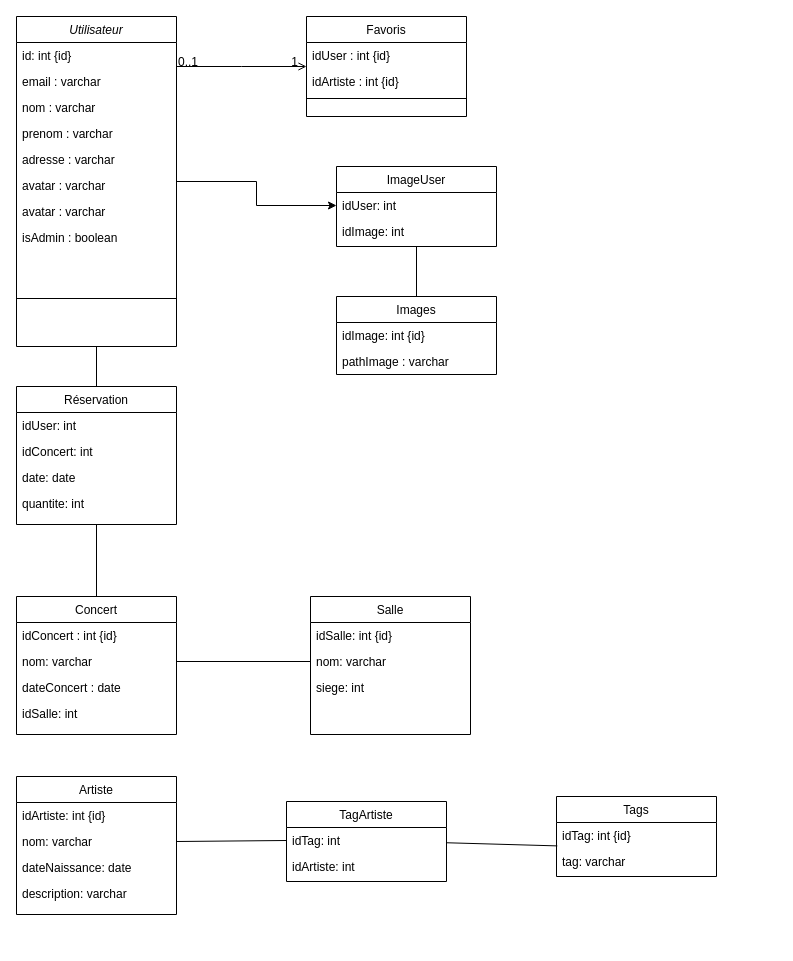
Above: Untitled Diagram.drawio in tristan-gaido/elyze (draw.io), before the change. Source tidied: cells renumbered, new cells numbered last; positions are measured from the earlier drawing's top-left corner, leaving out a move shared by most shapes. Both pictures are drawn from the tidied source at 100%, with x=0, y=0 at pixel (16, 16).
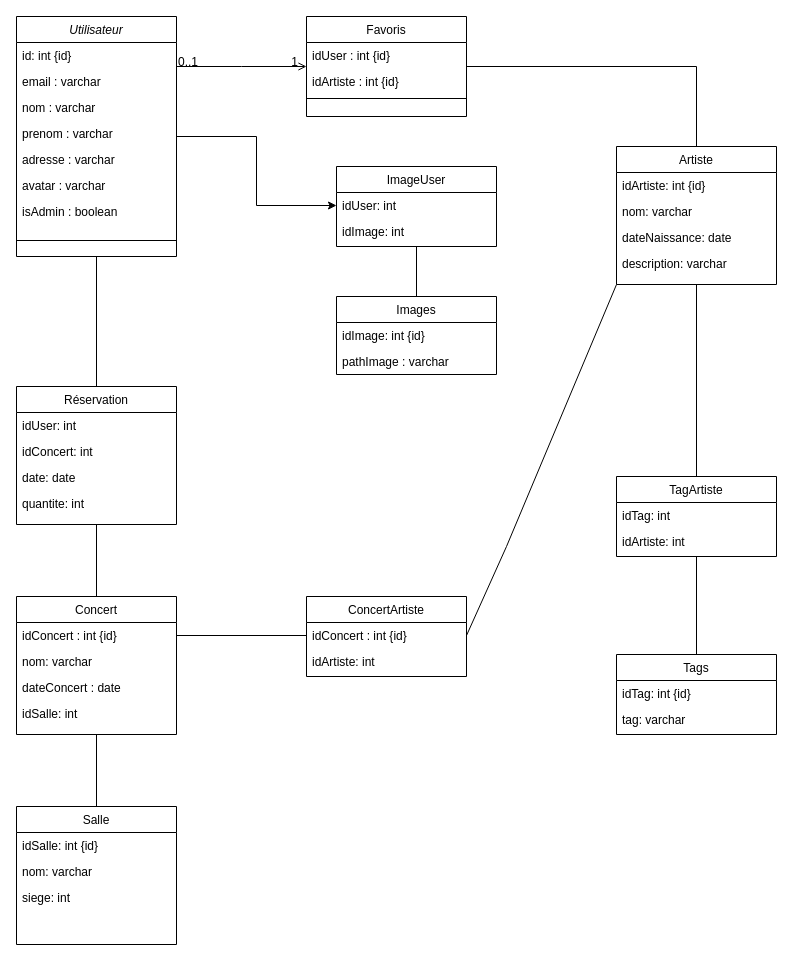
Above is the later version.

Unchanged cells that the change refers to:
```xml
<mxCell id="18" value="Favoris" style="swimlane;fontStyle=0;align=center;verticalAlign=top;horizontal=1;startSize=26;rounded=0;shadow=0;strokeWidth=1;" parent="1" vertex="1">
  <mxGeometry x="290" width="160" height="100" as="geometry" />
</mxCell>
<mxCell id="27" value="nom: varchar" style="text;align=left;verticalAlign=top;spacingLeft=4;spacingRight=4;overflow=hidden;points=[[0,0.5],[1,0.5]];portConstraint=eastwest;rounded=0;shadow=0;html=0;" parent="25" vertex="1">
  <mxGeometry y="52" width="160" height="26" as="geometry" />
</mxCell>
<mxCell id="29" value="Concert" style="swimlane;fontStyle=0;align=center;verticalAlign=top;horizontal=1;startSize=26;rounded=0;shadow=0;strokeWidth=1;" parent="1" vertex="1">
  <mxGeometry y="580" width="160" height="138" as="geometry" />
</mxCell>
<mxCell id="30" value="idConcert : int {id}" style="text;align=left;verticalAlign=top;spacingLeft=4;spacingRight=4;overflow=hidden;points=[[0,0.5],[1,0.5]];portConstraint=eastwest;rounded=0;shadow=0;html=0;" parent="29" vertex="1">
  <mxGeometry y="26" width="160" height="26" as="geometry" />
</mxCell>
<mxCell id="31" value="nom: varchar" style="text;align=left;verticalAlign=top;spacingLeft=4;spacingRight=4;overflow=hidden;points=[[0,0.5],[1,0.5]];portConstraint=eastwest;rounded=0;shadow=0;html=0;" parent="29" vertex="1">
  <mxGeometry y="52" width="160" height="26" as="geometry" />
</mxCell>
<mxCell id="39" value="nom: varchar" style="text;align=left;verticalAlign=top;spacingLeft=4;spacingRight=4;overflow=hidden;points=[[0,0.5],[1,0.5]];portConstraint=eastwest;rounded=0;shadow=0;html=0;" parent="37" vertex="1">
  <mxGeometry y="52" width="160" height="26" as="geometry" />
</mxCell>
<mxCell id="43" value="idTag: int {id}" style="text;align=left;verticalAlign=top;spacingLeft=4;spacingRight=4;overflow=hidden;points=[[0,0.5],[1,0.5]];portConstraint=eastwest;rounded=0;shadow=0;html=0;" parent="42" vertex="1">
  <mxGeometry y="26" width="160" height="26" as="geometry" />
</mxCell>
<mxCell id="46" value="idTag: int " style="text;align=left;verticalAlign=top;spacingLeft=4;spacingRight=4;overflow=hidden;points=[[0,0.5],[1,0.5]];portConstraint=eastwest;rounded=0;shadow=0;html=0;" parent="45" vertex="1">
  <mxGeometry y="26" width="160" height="26" as="geometry" />
</mxCell>
```

The edit, as a diff of the source:
```diff
@@
     <mxCell id="3" value="Utilisateur" style="swimlane;fontStyle=2;align=center;verticalAlign=top;horizontal=1;startSize=26;rounded=0;shadow=0;strokeWidth=1;" parent="1" vertex="1">
-      <mxGeometry width="160" height="330" as="geometry" />
+      <mxGeometry width="160" height="240" as="geometry" />
     </mxCell>
@@
-    <mxCell id="10" value="avatar : varchar" style="text;align=left;verticalAlign=top;spacingLeft=4;spacingRight=4;overflow=hidden;rounded=0;shadow=0;html=0;" parent="3" vertex="1">
-      <mxGeometry y="182" width="160" height="26" as="geometry" />
-    </mxCell>
     <mxCell id="11" value="isAdmin : boolean" style="text;align=left;verticalAlign=top;spacingLeft=4;spacingRight=4;overflow=hidden;rounded=0;shadow=0;html=0;" parent="3" vertex="1">
-      <mxGeometry y="208" width="160" height="26" as="geometry" />
+      <mxGeometry y="182" width="160" height="26" as="geometry" />
     </mxCell>
     <mxCell id="12" style="line;html=1;strokeWidth=1;align=left;verticalAlign=middle;spacingTop=-1;spacingLeft=3;spacingRight=3;labelPosition=right;" parent="3" vertex="1">
-      <mxGeometry y="234" width="160" height="96" as="geometry" />
+      <mxGeometry y="208" width="160" height="32" as="geometry" />
     </mxCell>
@@
     <mxCell id="25" value="Salle" style="swimlane;fontStyle=0;align=center;verticalAlign=top;horizontal=1;startSize=26;rounded=0;shadow=0;strokeWidth=1;" parent="1" vertex="1">
-      <mxGeometry x="294" y="580" width="160" height="138" as="geometry" />
+      <mxGeometry y="790" width="160" height="138" as="geometry" />
     </mxCell>
@@
-    <mxCell id="34" style="endArrow=none;html=1;rounded=0;exitX=1;exitY=0.5;exitDx=0;exitDy=0;entryX=0;entryY=0.5;entryDx=0;entryDy=0;" parent="1" edge="1" source="31" target="27">
+    <mxCell id="34" style="endArrow=none;html=1;rounded=0;exitX=0.5;exitY=1;exitDx=0;exitDy=0;entryX=0.5;entryY=0;entryDx=0;entryDy=0;" parent="1" edge="1" source="29" target="25">
       <mxGeometry relative="1" as="geometry" />
     </mxCell>
@@
     <mxCell id="37" value="Artiste" style="swimlane;fontStyle=0;align=center;verticalAlign=top;horizontal=1;startSize=26;rounded=0;shadow=0;strokeWidth=1;" parent="1" vertex="1">
-      <mxGeometry y="760" width="160" height="138" as="geometry" />
+      <mxGeometry x="600" y="130" width="160" height="138" as="geometry" />
     </mxCell>
@@
     <mxCell id="42" value="Tags" style="swimlane;fontStyle=0;align=center;verticalAlign=top;horizontal=1;startSize=26;rounded=0;shadow=0;strokeWidth=1;" parent="1" vertex="1">
-      <mxGeometry x="540" y="780" width="160" height="80" as="geometry" />
+      <mxGeometry x="600" y="638" width="160" height="80" as="geometry" />
     </mxCell>
@@
     <mxCell id="45" value="TagArtiste" style="swimlane;fontStyle=0;align=center;verticalAlign=top;horizontal=1;startSize=26;rounded=0;shadow=0;strokeWidth=1;" parent="1" vertex="1">
-      <mxGeometry x="270" y="785" width="160" height="80" as="geometry" />
+      <mxGeometry x="600" y="460" width="160" height="80" as="geometry" />
     </mxCell>
@@
-    <mxCell id="48" style="endArrow=none;html=1;rounded=0;exitX=1;exitY=0.5;exitDx=0;exitDy=0;entryX=0;entryY=0.5;entryDx=0;entryDy=0;" parent="1" edge="1" source="39" target="46">
+    <mxCell id="48" style="endArrow=none;html=1;rounded=0;exitX=0.5;exitY=1;exitDx=0;exitDy=0;entryX=0.5;entryY=0;entryDx=0;entryDy=0;" parent="1" edge="1" source="37" target="45">
       <mxGeometry relative="1" as="geometry" />
     </mxCell>
-    <mxCell id="49" style="endArrow=none;html=1;rounded=0;entryX=0.005;entryY=0.9;entryDx=0;entryDy=0;entryPerimeter=0;" parent="1" edge="1" source="46" target="43">
+    <mxCell id="49" style="endArrow=none;html=1;rounded=0;exitX=0.5;exitY=1;exitDx=0;exitDy=0;entryX=0.5;entryY=0;entryDx=0;entryDy=0;" parent="1" edge="1" source="45" target="42">
       <mxGeometry relative="1" as="geometry" />
     </mxCell>
@@
+    <mxCell id="57" value="ConcertArtiste" style="swimlane;fontStyle=0;align=center;verticalAlign=top;horizontal=1;startSize=26;rounded=0;shadow=0;strokeWidth=1;" parent="1" vertex="1">
+      <mxGeometry x="290" y="580" width="160" height="80" as="geometry" />
+    </mxCell>
+    <mxCell id="58" value="idConcert : int {id}" style="text;align=left;verticalAlign=top;spacingLeft=4;spacingRight=4;overflow=hidden;points=[[0,0.5],[1,0.5]];portConstraint=eastwest;rounded=0;shadow=0;html=0;" parent="57" vertex="1">
+      <mxGeometry y="26" width="160" height="26" as="geometry" />
+    </mxCell>
+    <mxCell id="59" value="idArtiste: int" style="text;align=left;verticalAlign=top;spacingLeft=4;spacingRight=4;overflow=hidden;rounded=0;shadow=0;html=0;" parent="57" vertex="1">
+      <mxGeometry y="52" width="160" height="26" as="geometry" />
+    </mxCell>
+    <mxCell id="60" style="endArrow=none;html=1;rounded=0;entryX=1;entryY=0.5;entryDx=0;entryDy=0;exitX=0.5;exitY=0;exitDx=0;exitDy=0;" parent="1" edge="1" source="37" target="18">
+      <mxGeometry relative="1" as="geometry">
+        <Array as="points">
+          <mxPoint x="680" y="50" />
+        </Array>
+      </mxGeometry>
+    </mxCell>
+    <mxCell id="61" style="endArrow=none;html=1;rounded=0;entryX=0;entryY=0.5;entryDx=0;entryDy=0;exitX=1;exitY=0.5;exitDx=0;exitDy=0;" parent="1" edge="1" source="30" target="58">
+      <mxGeometry relative="1" as="geometry" />
+    </mxCell>
+    <mxCell id="62" style="endArrow=none;html=1;rounded=0;entryX=1;entryY=0.5;entryDx=0;entryDy=0;exitX=0;exitY=1;exitDx=0;exitDy=0;" parent="1" edge="1" source="37" target="58">
+      <mxGeometry relative="1" as="geometry">
+        <Array as="points">
+          <mxPoint x="490" y="530" />
+        </Array>
+      </mxGeometry>
+    </mxCell>
```
